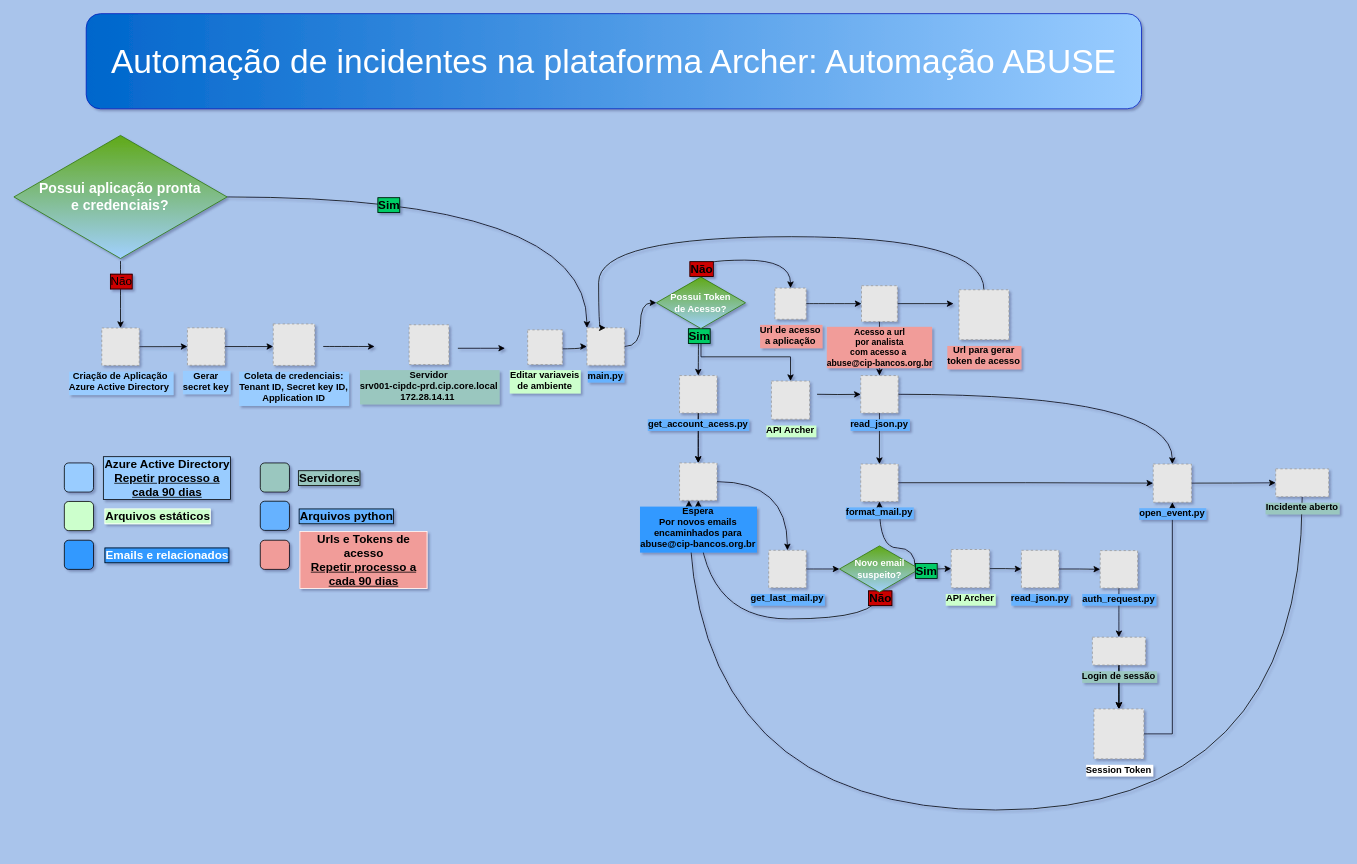
This is Untitled Diagram.drawio from Antonio-Costa00/Auto-Indicents-Creation-From-Fishing-Atacks, a draw.io file, before an edit. Source tidied: cells renumbered, new cells numbered last; positions are measured from the earlier drawing's top-left corner, leaving out a move shared by most shapes. Both pictures are drawn from the tidied source at 78%, with x=0, y=0 at pixel (13, 13). Pictures stored in the file or linked from it are replaced by grey dashed boxes.
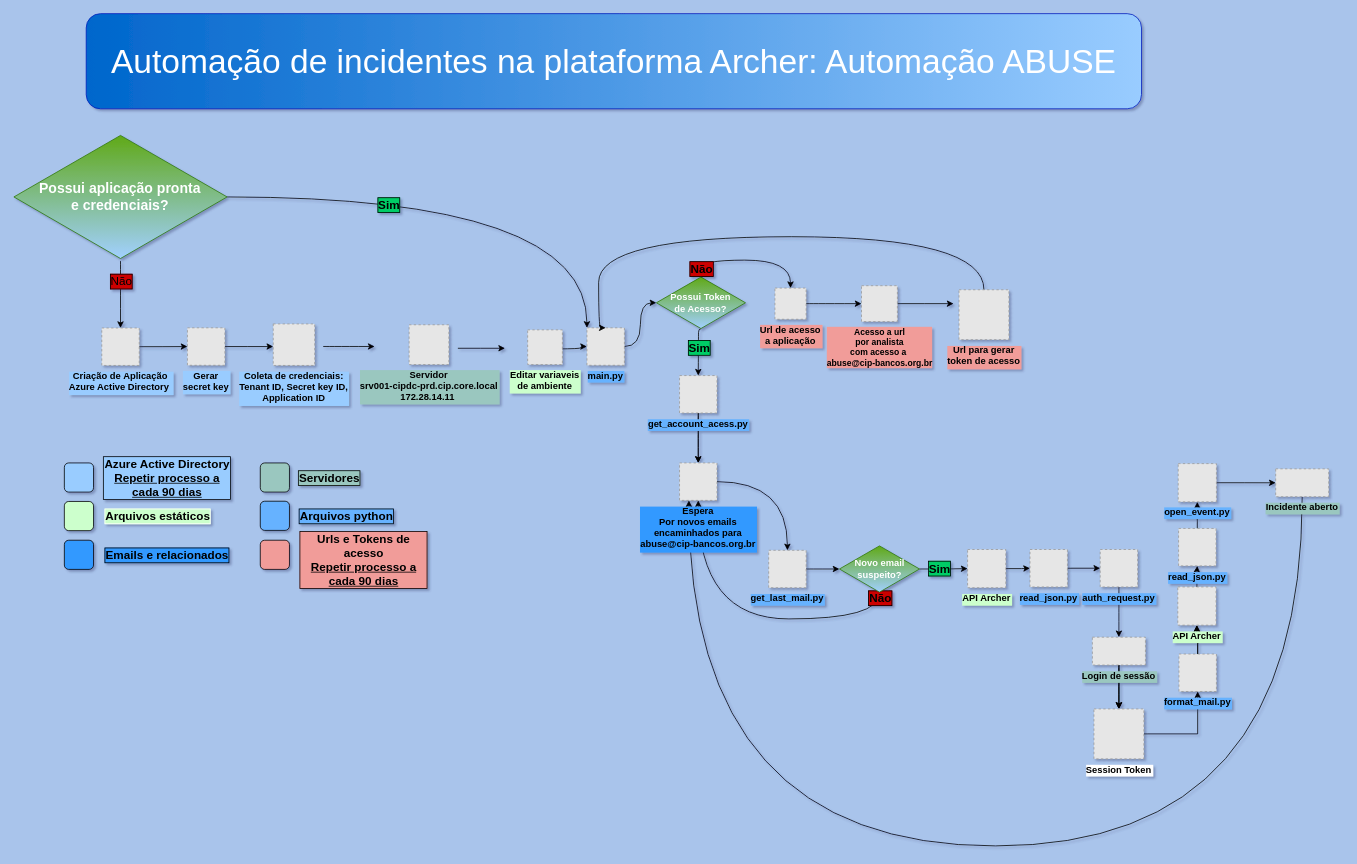
After the change.

Unchanged cells that the change refers to:
```xml
<mxCell id="10" style="edgeStyle=orthogonalEdgeStyle;rounded=1;jettySize=auto;html=1;exitX=0.499;exitY=0.985;exitDx=0;exitDy=0;exitPerimeter=0;entryX=0.5;entryY=0;entryDx=0;entryDy=0;curved=1;" parent="1" edge="1" source="29">
  <mxGeometry relative="1" as="geometry">
    <mxPoint x="877.7" y="464" as="targetPoint" />
    <Array as="points">
      <mxPoint x="878" y="414" />
      <mxPoint x="878" y="406" />
    </Array>
  </mxGeometry>
</mxCell>
<mxCell id="24" value="&lt;font color=&quot;#000000&quot;&gt;Acesso a url&lt;br&gt;por analista&lt;br&gt;com acesso a&amp;nbsp;&lt;br&gt;abuse@cip-bancos.org.br&lt;/font&gt;" style="fillColor=#E6E6E6;strokeColor=#999999;dashed=1;verticalLabelPosition=bottom;labelBackgroundColor=#F19C99;verticalAlign=top;fontSize=11;fontStyle=1;html=1;" parent="1" vertex="1">
  <mxGeometry x="1087" y="348.8" width="46" height="46" as="geometry" />
</mxCell>
<mxCell id="29" value="&lt;font style=&quot;font-size: 12px;&quot;&gt;&lt;span&gt;Possui Token&lt;br&gt;de Acesso?&lt;/span&gt;&lt;/font&gt;" style="html=1;whiteSpace=wrap;shape=isoRectangle;fontSize=11;rounded=1;fillColor=#60a917;fontColor=#ffffff;strokeColor=#2D7600;gradientColor=#A1D0FF;fontStyle=1;labelBorderColor=none;" parent="1" vertex="1">
  <mxGeometry x="824" y="336.4" width="114.3" height="68.6" as="geometry" />
</mxCell>
<mxCell id="53" value="Session Token" style="fillColor=#E6E6E6;strokeColor=#999999;dashed=1;verticalLabelPosition=bottom;labelBackgroundColor=#FFFFFF;verticalAlign=top;fontStyle=1;fontColor=#000000;" parent="1" vertex="1">
  <mxGeometry x="1385" y="891.4" width="64" height="64" as="geometry" />
</mxCell>
<mxCell id="58" value="Incidente aberto" style="fillColor=#E6E6E6;strokeColor=#999999;dashed=1;verticalLabelPosition=bottom;labelBackgroundColor=#9AC7BF;verticalAlign=top;fontStyle=1;fontColor=#000000;" parent="1" vertex="1">
  <mxGeometry x="1618" y="583.6" width="68" height="35.7" as="geometry" />
</mxCell>
```

The edit, as a diff of the source:
```diff
@@
-    <mxCell id="2" style="edgeStyle=orthogonalEdgeStyle;rounded=0;jettySize=auto;html=1;exitX=1;exitY=0.5;exitDx=0;exitDy=0;entryX=0.5;entryY=1;entryDx=0;entryDy=0;fontColor=#000000;" parent="1" edge="1" source="53" target="46">
-      <mxGeometry relative="1" as="geometry" />
-    </mxCell>
-    <mxCell id="3" style="edgeStyle=orthogonalEdgeStyle;rounded=1;jettySize=auto;html=1;fontSize=8;curved=1;exitX=0.993;exitY=0.511;exitDx=0;exitDy=0;exitPerimeter=0;" parent="1" edge="1" target="41">
-      <mxGeometry relative="1" as="geometry">
-        <mxPoint x="1156" y="711" as="sourcePoint" />
-        <Array as="points">
-          <mxPoint x="1156" y="685" />
-          <mxPoint x="1110" y="685" />
-        </Array>
-      </mxGeometry>
-    </mxCell>
-    <mxCell id="4" style="edgeStyle=orthogonalEdgeStyle;rounded=0;jettySize=auto;html=1;entryX=0.5;entryY=0;entryDx=0;entryDy=0;" parent="1" edge="1" source="29" target="54">
-      <mxGeometry relative="1" as="geometry">
-        <Array as="points">
-          <mxPoint x="881" y="440" />
-          <mxPoint x="996" y="440" />
-        </Array>
-      </mxGeometry>
-    </mxCell>
+    <mxCell id="42" style="edgeStyle=orthogonalEdgeStyle;rounded=0;jettySize=auto;html=1;fontColor=#000000;" parent="1" edge="1" source="44" target="46">
+      <mxGeometry relative="1" as="geometry" />
+    </mxCell>
+    <mxCell id="83" style="edgeStyle=orthogonalEdgeStyle;rounded=0;jettySize=auto;html=1;fontColor=#000000;" parent="1" edge="1" source="54" target="44">
+      <mxGeometry relative="1" as="geometry" />
+    </mxCell>
     <mxCell id="5" style="edgeStyle=orthogonalEdgeStyle;rounded=1;jettySize=auto;html=1;labelBackgroundColor=none;labelBorderColor=#007FFF;fontSize=40;fontColor=none;entryX=0.25;entryY=1;entryDx=0;entryDy=0;curved=1;" parent="1" edge="1" source="58" target="33">
       <mxGeometry relative="1" as="geometry">
         <Array as="points">
-          <mxPoint x="1652" y="1021" />
-          <mxPoint x="866" y="1021" />
+          <mxPoint x="1652" y="1067" />
+          <mxPoint x="866" y="1067" />
         </Array>
       </mxGeometry>
     </mxCell>
@@
     <mxCell id="11" value="Sim" style="edgeLabel;html=1;align=center;verticalAlign=middle;fontSize=15;labelBorderColor=default;labelBackgroundColor=#00CC66;fontStyle=1;" parent="10" vertex="1">
       <mxGeometry x="-0.25" y="1" relative="1" as="geometry">
-        <mxPoint y="-12" as="offset" />
+        <mxPoint y="3" as="offset" />
       </mxGeometry>
     </mxCell>
@@
-    <mxCell id="23" style="edgeStyle=orthogonalEdgeStyle;rounded=0;jettySize=auto;html=1;fontColor=#000000;" parent="1" edge="1" source="24" target="44">
-      <mxGeometry relative="1" as="geometry" />
-    </mxCell>
@@
-    <mxCell id="33" value="Espera&#10;Por novos emails&#10;encaminhados para&#10;abuse@cip-bancos.org.br" style="fillColor=#E6E6E6;strokeColor=#999999;dashed=1;verticalLabelPosition=bottom;labelBackgroundColor=#3399FF;verticalAlign=top;fontStyle=1;" parent="1" vertex="1">
+    <mxCell id="33" value="Espera&#10;Por novos emails&#10;encaminhados para&#10;abuse@cip-bancos.org.br" style="fillColor=#E6E6E6;strokeColor=#999999;dashed=1;verticalLabelPosition=bottom;labelBackgroundColor=#3399FF;verticalAlign=top;fontStyle=1;fontColor=#000000;" parent="1" vertex="1">
       <mxGeometry x="853.7" y="576" width="48" height="48" as="geometry" />
     </mxCell>
@@
     <mxCell id="39" value="auth_request.py" style="fillColor=#E6E6E6;strokeColor=#999999;dashed=1;verticalLabelPosition=bottom;labelBackgroundColor=#66B2FF;verticalAlign=top;fontStyle=1;fontColor=#000000;" parent="1" vertex="1">
-      <mxGeometry x="1393" y="688.4" width="48" height="48" as="geometry" />
+      <mxGeometry x="1393" y="687" width="48" height="48" as="geometry" />
     </mxCell>
-    <mxCell id="40" style="edgeStyle=orthogonalEdgeStyle;rounded=0;jettySize=auto;html=1;fontColor=#000000;" parent="1" edge="1" source="41" target="46">
-      <mxGeometry relative="1" as="geometry" />
-    </mxCell>
-    <mxCell id="41" value="format_mail.py" style="fillColor=#E6E6E6;strokeColor=#999999;dashed=1;verticalLabelPosition=bottom;labelBackgroundColor=#66B2FF;verticalAlign=top;fontStyle=1;fontColor=#000000;" parent="1" vertex="1">
-      <mxGeometry x="1086" y="577.4" width="48" height="48" as="geometry" />
-    </mxCell>
-    <mxCell id="42" style="edgeStyle=orthogonalEdgeStyle;rounded=1;jettySize=auto;html=1;exitX=1;exitY=0.5;exitDx=0;exitDy=0;fontSize=8;entryX=0.5;entryY=0;entryDx=0;entryDy=0;curved=1;" parent="1" edge="1" source="44" target="46">
-      <mxGeometry relative="1" as="geometry" />
-    </mxCell>
-    <mxCell id="43" style="edgeStyle=orthogonalEdgeStyle;rounded=0;jettySize=auto;html=1;fontColor=#000000;" parent="1" edge="1" source="44" target="41">
-      <mxGeometry relative="1" as="geometry" />
-    </mxCell>
-    <mxCell id="44" value="read_json.py" style="fillColor=#E6E6E6;strokeColor=#999999;dashed=1;verticalLabelPosition=bottom;labelBackgroundColor=#66B2FF;verticalAlign=top;fontStyle=1;fontColor=#000000;" parent="1" vertex="1">
-      <mxGeometry x="1086" y="464" width="48" height="48" as="geometry" />
-    </mxCell>
@@
     <mxCell id="46" value="open_event.py" style="fillColor=#E6E6E6;strokeColor=#999999;dashed=1;verticalLabelPosition=bottom;labelBackgroundColor=#66B2FF;verticalAlign=top;fontStyle=1;fontColor=#000000;" parent="1" vertex="1">
-      <mxGeometry x="1461" y="577.4" width="49" height="49" as="geometry" />
+      <mxGeometry x="1493" y="576.9" width="49" height="49" as="geometry" />
     </mxCell>
-    <mxCell id="47" style="edgeStyle=orthogonalEdgeStyle;rounded=1;orthogonalLoop=1;jettySize=auto;html=1;exitX=0.5;exitY=1;exitDx=0;exitDy=0;fontSize=8;curved=1;" parent="1" edge="1" source="44" target="44">
-      <mxGeometry relative="1" as="geometry" />
+    <mxCell id="47" style="edgeStyle=orthogonalEdgeStyle;rounded=1;orthogonalLoop=1;jettySize=auto;html=1;exitX=0.5;exitY=1;exitDx=0;exitDy=0;fontSize=8;curved=1;" parent="1" edge="1">
+      <mxGeometry relative="1" as="geometry">
+        <mxPoint x="1110" y="512" as="sourcePoint" />
+        <mxPoint x="1110" y="512" as="targetPoint" />
+      </mxGeometry>
     </mxCell>
@@
-    <mxCell id="52" style="edgeStyle=orthogonalEdgeStyle;rounded=1;jettySize=auto;html=1;fontSize=8;curved=1;" parent="1" edge="1" target="44">
-      <mxGeometry relative="1" as="geometry">
-        <mxPoint x="1030" y="488" as="sourcePoint" />
-      </mxGeometry>
-    </mxCell>
+    <mxCell id="84" style="edgeStyle=orthogonalEdgeStyle;rounded=0;jettySize=auto;html=1;entryX=0.5;entryY=1;entryDx=0;entryDy=0;fontColor=#000000;" parent="1" edge="1" source="53" target="41">
+      <mxGeometry relative="1" as="geometry" />
+    </mxCell>
@@
-    <mxCell id="54" value="API Archer" style="fillColor=#E6E6E6;strokeColor=#999999;dashed=1;verticalLabelPosition=bottom;labelBackgroundColor=#CCFFCC;verticalAlign=top;fontStyle=1;fontColor=#000000;" parent="1" vertex="1">
-      <mxGeometry x="971.5" y="471" width="49" height="49" as="geometry" />
-    </mxCell>
@@
-    <mxCell id="71" value="Emails e relacionados" style="text;html=1;strokeColor=none;fillColor=none;align=center;verticalAlign=middle;whiteSpace=wrap;rounded=1;labelBackgroundColor=#3399FF;labelBorderColor=default;fontSize=15;fontColor=#FFFFFF;shadow=1;glass=1;sketch=0;fontStyle=1;" parent="1" vertex="1">
+    <mxCell id="71" value="&lt;font color=&quot;#000000&quot;&gt;Emails e relacionados&lt;/font&gt;" style="text;html=1;strokeColor=none;fillColor=none;align=center;verticalAlign=middle;whiteSpace=wrap;rounded=1;labelBackgroundColor=#3399FF;labelBorderColor=default;fontSize=15;fontColor=#FFFFFF;shadow=1;glass=1;sketch=0;fontStyle=1;" parent="1" vertex="1">
       <mxGeometry x="114.4" y="675.1" width="165.6" height="37.1" as="geometry" />
     </mxCell>
@@
-    <mxCell id="75" value="&lt;span&gt;Arquivos python&lt;/span&gt;" style="text;html=1;strokeColor=none;fillColor=none;align=center;verticalAlign=middle;whiteSpace=wrap;rounded=1;labelBackgroundColor=#66B2FF;labelBorderColor=default;fontSize=15;fontColor=#000000;shadow=1;glass=1;sketch=0;fontStyle=1;" parent="1" vertex="1">
+    <mxCell id="75" value="&lt;span&gt;Arquivos python&lt;/span&gt;" style="text;html=1;strokeColor=none;fillColor=none;align=center;verticalAlign=middle;whiteSpace=wrap;rounded=1;labelBackgroundColor=#66B2FF;labelBorderColor=#000000;fontSize=15;fontColor=#000000;shadow=1;glass=1;sketch=0;fontStyle=1;" parent="1" vertex="1">
       <mxGeometry x="344.4" y="625.4" width="165.6" height="37.1" as="geometry" />
     </mxCell>
-    <mxCell id="76" style="whiteSpace=wrap;html=1;rounded=1;labelBackgroundColor=#E6E6E6;labelBorderColor=default;fontSize=15;fontColor=#007FFF;fillColor=#F19C99;gradientColor=none;gradientDirection=west;" parent="1" vertex="1">
+    <mxCell id="76" style="whiteSpace=wrap;html=1;rounded=1;labelBackgroundColor=#E6E6E6;labelBorderColor=#000000;fontSize=15;fontColor=#007FFF;fillColor=#F19C99;gradientColor=none;gradientDirection=west;strokeColor=#000000;" parent="1" vertex="1">
       <mxGeometry x="316.2" y="675.1" width="37.4" height="37.4" as="geometry" />
     </mxCell>
-    <mxCell id="77" value="&lt;span&gt;Urls e Tokens de acesso&lt;br&gt;&lt;u style=&quot;&quot;&gt;Repetir processo a cada 90 dias&lt;/u&gt;&lt;br&gt;&lt;/span&gt;" style="text;html=1;strokeColor=none;fillColor=none;align=center;verticalAlign=middle;whiteSpace=wrap;rounded=1;labelBackgroundColor=#F19C99;labelBorderColor=#FFFFFF;fontSize=15;fontColor=#000000;shadow=1;glass=1;sketch=0;fontStyle=1;" parent="1" vertex="1">
+    <mxCell id="77" value="&lt;span&gt;Urls e Tokens de acesso&lt;br&gt;&lt;u style=&quot;&quot;&gt;Repetir processo a cada 90 dias&lt;/u&gt;&lt;br&gt;&lt;/span&gt;" style="text;html=1;strokeColor=none;fillColor=none;align=center;verticalAlign=middle;whiteSpace=wrap;rounded=1;labelBackgroundColor=#F19C99;labelBorderColor=#000000;fontSize=15;fontColor=#000000;shadow=1;glass=1;sketch=0;fontStyle=1;" parent="1" vertex="1">
       <mxGeometry x="365.5" y="681.2" width="165.6" height="37.1" as="geometry" />
     </mxCell>
@@
     <mxCell id="79" value="read_json.py" style="fillColor=#E6E6E6;strokeColor=#999999;dashed=1;verticalLabelPosition=bottom;labelBackgroundColor=#66B2FF;verticalAlign=top;fontStyle=1;fontColor=#000000;" parent="1" vertex="1">
-      <mxGeometry x="1292" y="688" width="48" height="48" as="geometry" />
+      <mxGeometry x="1303" y="687" width="48" height="48" as="geometry" />
     </mxCell>
@@
     <mxCell id="81" value="API Archer" style="fillColor=#E6E6E6;strokeColor=#999999;dashed=1;verticalLabelPosition=bottom;labelBackgroundColor=#CCFFCC;verticalAlign=top;fontStyle=1;fontColor=#000000;" parent="1" vertex="1">
-      <mxGeometry x="1202" y="687" width="49" height="49" as="geometry" />
+      <mxGeometry x="1223" y="687" width="49" height="49" as="geometry" />
     </mxCell>
     <mxCell id="82" value="Sim" style="edgeLabel;html=1;align=center;verticalAlign=middle;fontSize=15;labelBorderColor=default;labelBackgroundColor=#00CC66;fontStyle=1;" parent="1" vertex="1">
-      <mxGeometry x="906" y="424.4" as="geometry">
+      <mxGeometry x="923" y="421" as="geometry">
         <mxPoint x="263" y="289" as="offset" />
       </mxGeometry>
     </mxCell>
+    <mxCell id="85" style="edgeStyle=orthogonalEdgeStyle;rounded=0;jettySize=auto;html=1;fontColor=#000000;" parent="1" edge="1" source="41" target="54">
+      <mxGeometry relative="1" as="geometry" />
+    </mxCell>
+    <mxCell id="41" value="format_mail.py" style="fillColor=#E6E6E6;strokeColor=#999999;dashed=1;verticalLabelPosition=bottom;labelBackgroundColor=#66B2FF;verticalAlign=top;fontStyle=1;fontColor=#000000;" parent="1" vertex="1">
+      <mxGeometry x="1494" y="821" width="48" height="48" as="geometry" />
+    </mxCell>
+    <mxCell id="86" style="edgeStyle=orthogonalEdgeStyle;rounded=0;jettySize=auto;html=1;fontColor=#000000;" parent="1" edge="1" source="41" target="54">
+      <mxGeometry relative="1" as="geometry" />
+    </mxCell>
+    <mxCell id="44" value="read_json.py" style="fillColor=#E6E6E6;strokeColor=#999999;dashed=1;verticalLabelPosition=bottom;labelBackgroundColor=#66B2FF;verticalAlign=top;fontStyle=1;fontColor=#000000;" parent="1" vertex="1">
+      <mxGeometry x="1493.5" y="660" width="48" height="48" as="geometry" />
+    </mxCell>
+    <mxCell id="54" value="API Archer" style="fillColor=#E6E6E6;strokeColor=#999999;dashed=1;verticalLabelPosition=bottom;labelBackgroundColor=#CCFFCC;verticalAlign=top;fontStyle=1;fontColor=#000000;" parent="1" vertex="1">
+      <mxGeometry x="1492.5" y="735" width="49" height="49" as="geometry" />
+    </mxCell>
```
